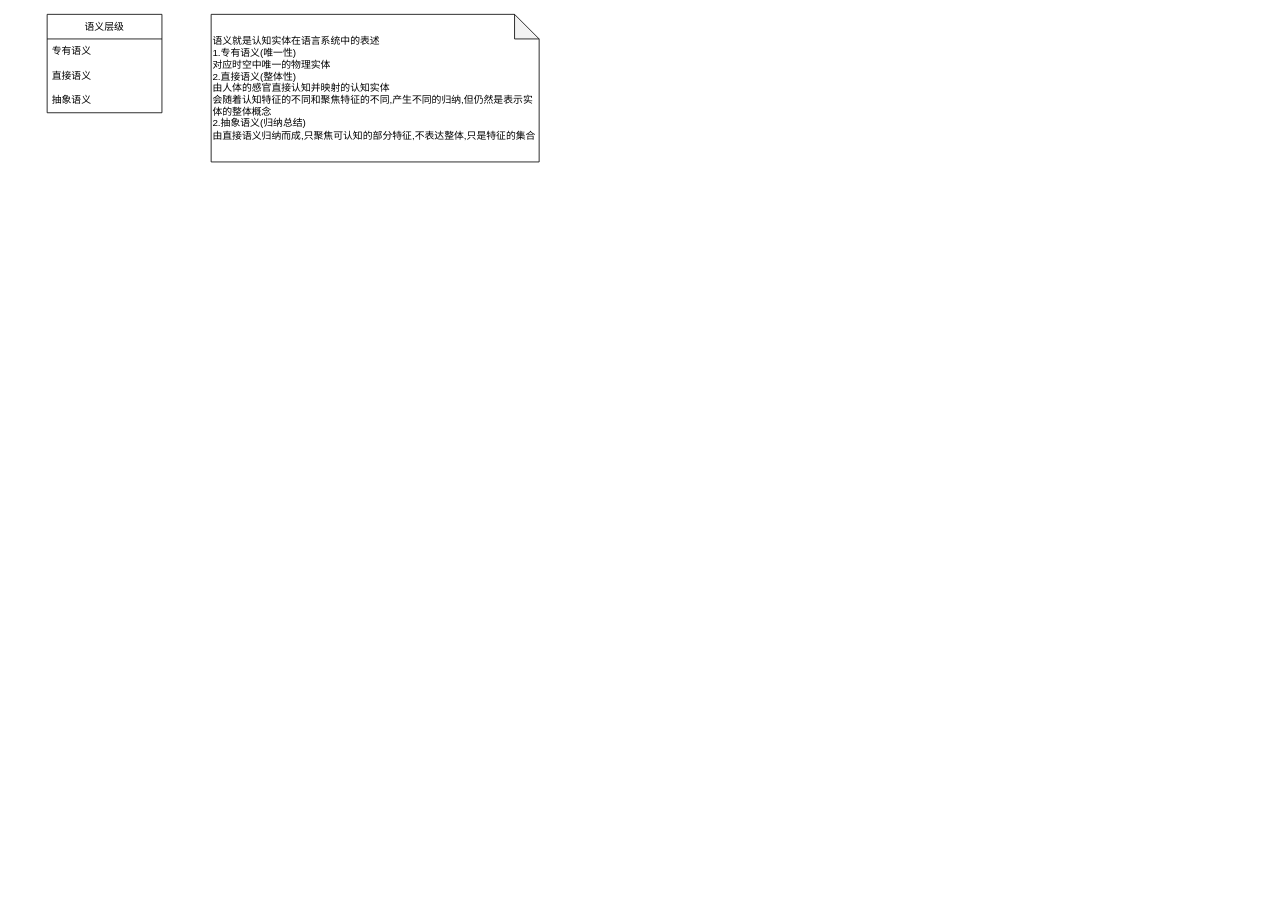
The draw.io diagram page "语义" (2 of 7) of base_model/实体和语言.drawio in cyxm/CodeGenerator, before the edit. Source tidied: cells renumbered, new cells numbered last; positions are measured from the earlier drawing's top-left corner, leaving out a move shared by most shapes. Both pictures are drawn from the tidied source at 82%, with x=0, y=0 at pixel (47, 14).
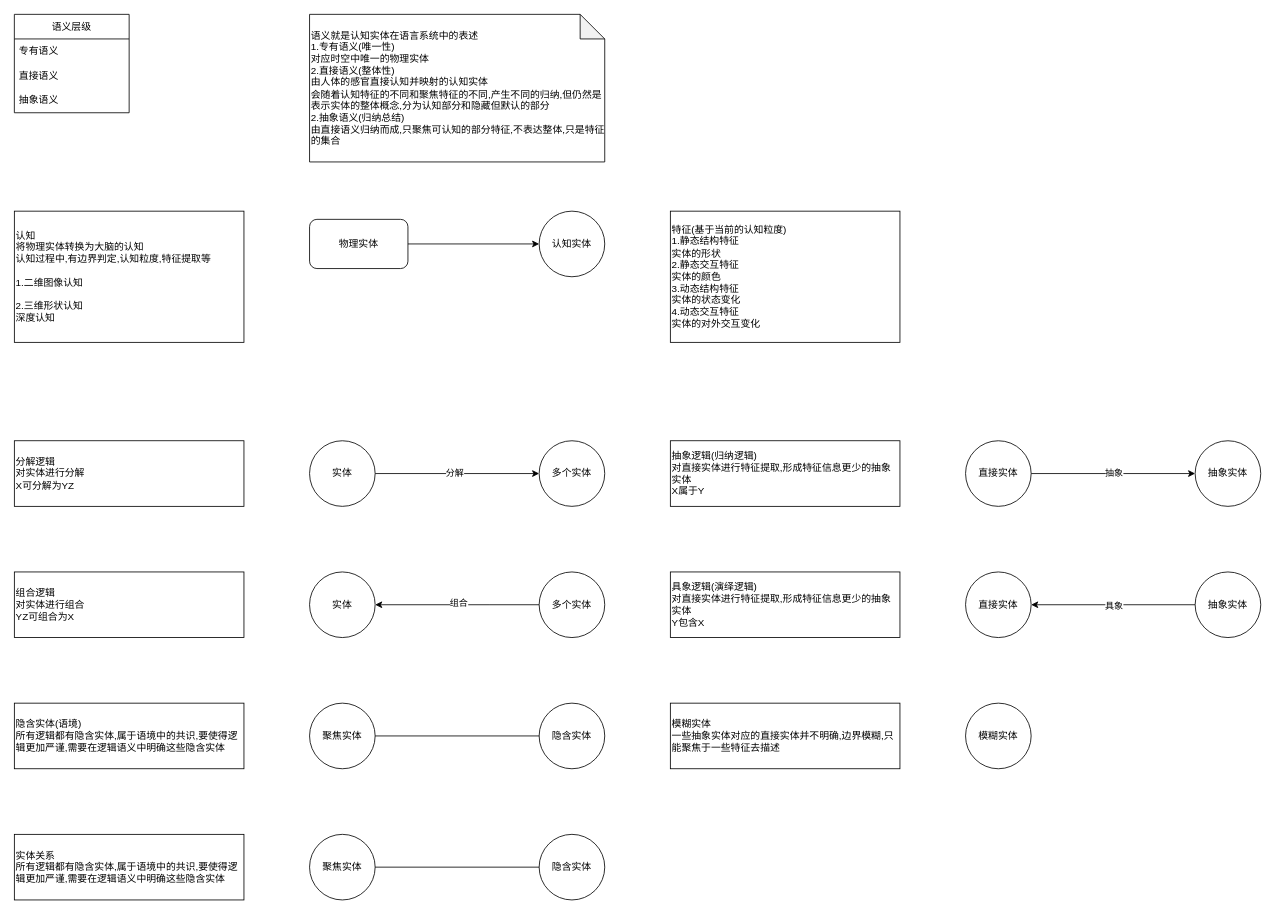
After the change.

What changed in the source:
```diff
@@
     <mxCell id="2" value="语义层级" style="swimlane;fontStyle=0;horizontal=1;startSize=30;whiteSpace=wrap;html=1;" parent="1" vertex="1">
-      <mxGeometry width="140" height="120" as="geometry" />
+      <mxGeometry x="-40" width="140" height="120" as="geometry" />
     </mxCell>
@@
-    <mxCell id="6" value="&lt;div&gt;语义就是认知实体在语言系统中的表述&lt;/div&gt;&lt;div&gt;1.专有语义(唯一性)&lt;/div&gt;&lt;div&gt;对应时空中唯一的物理实体&lt;/div&gt;&lt;div&gt;2.直接语义(整体性)&lt;/div&gt;&lt;div&gt;由人体的感官直接认知并映射的认知实体&lt;/div&gt;&lt;div&gt;会随着认知特征的不同和聚焦特征的不同,产生不同的归纳,但仍然是表示实体的整体概念&lt;/div&gt;&lt;div&gt;2.抽象语义(归纳总结)&lt;/div&gt;&lt;div&gt;由直接语义归纳而成,只聚焦可认知的部分特征,不表达整体,只是特征的集合&lt;/div&gt;" style="shape=note;whiteSpace=wrap;html=1;backgroundOutline=1;darkOpacity=0.05;align=left;" parent="1" vertex="1">
-      <mxGeometry x="200" width="400" height="180" as="geometry" />
+    <mxCell id="6" value="&lt;div&gt;语义就是认知实体在语言系统中的表述&lt;/div&gt;&lt;div&gt;1.专有语义(唯一性)&lt;/div&gt;&lt;div&gt;对应时空中唯一的物理实体&lt;/div&gt;&lt;div&gt;2.直接语义(整体性)&lt;/div&gt;&lt;div&gt;由人体的感官直接认知并映射的认知实体&lt;/div&gt;&lt;div&gt;会随着认知特征的不同和聚焦特征的不同,产生不同的归纳,但仍然是表示实体的整体概念,分为认知部分和隐藏但默认的部分&lt;/div&gt;&lt;div&gt;2.抽象语义(归纳总结)&lt;/div&gt;&lt;div&gt;由直接语义归纳而成,只聚焦可认知的部分特征,不表达整体,只是特征的集合&lt;/div&gt;" style="shape=note;whiteSpace=wrap;html=1;backgroundOutline=1;darkOpacity=0.05;align=left;" parent="1" vertex="1">
+      <mxGeometry x="320" width="360" height="180" as="geometry" />
     </mxCell>
+    <mxCell id="7" value="物理实体" style="rounded=1;whiteSpace=wrap;html=1;" parent="1" vertex="1">
+      <mxGeometry x="320" y="250" width="120" height="60" as="geometry" />
+    </mxCell>
+    <mxCell id="8" style="endArrow=classic;html=1;rounded=0;exitX=1;exitY=0.5;exitDx=0;exitDy=0;entryX=0;entryY=0.5;entryDx=0;entryDy=0;" parent="1" edge="1" source="7" target="9">
+      <mxGeometry relative="1" as="geometry" />
+    </mxCell>
+    <mxCell id="9" value="认知实体" style="ellipse;whiteSpace=wrap;html=1;" parent="1" vertex="1">
+      <mxGeometry x="600" y="240" width="80" height="80" as="geometry" />
+    </mxCell>
+    <mxCell id="10" value="&lt;div&gt;认知&lt;/div&gt;&lt;div&gt;将物理实体转换为大脑的认知&lt;/div&gt;&lt;div&gt;认知过程中,有边界判定,认知粒度,特征提取等&lt;/div&gt;&lt;div&gt;&lt;br&gt;&lt;/div&gt;&lt;div&gt;1.二维图像认知&lt;/div&gt;&lt;div&gt;&lt;br&gt;&lt;/div&gt;&lt;div&gt;2.三维形状认知&lt;/div&gt;&lt;div&gt;深度认知&lt;/div&gt;" style="rounded=0;whiteSpace=wrap;html=1;align=left;" parent="1" vertex="1">
+      <mxGeometry x="-40" y="240" width="280" height="160" as="geometry" />
+    </mxCell>
+    <mxCell id="11" value="&lt;div&gt;分解逻辑&lt;/div&gt;&lt;div&gt;对实体进行分解&lt;/div&gt;&lt;div&gt;X可分解为YZ&lt;/div&gt;" style="rounded=0;whiteSpace=wrap;html=1;align=left;" parent="1" vertex="1">
+      <mxGeometry x="-40" y="520" width="280" height="80" as="geometry" />
+    </mxCell>
+    <mxCell id="12" style="edgeStyle=orthogonalEdgeStyle;rounded=0;jettySize=auto;html=1;entryX=0;entryY=0.5;entryDx=0;entryDy=0;" parent="1" edge="1" source="14" target="15">
+      <mxGeometry relative="1" as="geometry" />
+    </mxCell>
+    <mxCell id="13" value="分解" style="edgeLabel;html=1;align=center;verticalAlign=middle;" parent="12" vertex="1">
+      <mxGeometry x="-0.04" y="1" relative="1" as="geometry" />
+    </mxCell>
+    <mxCell id="14" value="实体" style="ellipse;whiteSpace=wrap;html=1;" parent="1" vertex="1">
+      <mxGeometry x="320" y="520" width="80" height="80" as="geometry" />
+    </mxCell>
+    <mxCell id="15" value="多个实体" style="ellipse;whiteSpace=wrap;html=1;" parent="1" vertex="1">
+      <mxGeometry x="600" y="520" width="80" height="80" as="geometry" />
+    </mxCell>
+    <mxCell id="16" value="&lt;div&gt;组合逻辑&lt;/div&gt;&lt;div&gt;对实体进行组合&lt;/div&gt;&lt;div&gt;YZ可组合为X&lt;/div&gt;" style="rounded=0;whiteSpace=wrap;html=1;align=left;" parent="1" vertex="1">
+      <mxGeometry x="-40" y="680" width="280" height="80" as="geometry" />
+    </mxCell>
+    <mxCell id="17" style="edgeStyle=orthogonalEdgeStyle;rounded=0;jettySize=auto;html=1;entryX=1;entryY=0.5;entryDx=0;entryDy=0;exitX=0;exitY=0.5;exitDx=0;exitDy=0;" parent="1" edge="1" source="20" target="19">
+      <mxGeometry relative="1" as="geometry">
+        <Array as="points">
+          <mxPoint x="540" y="720" />
+          <mxPoint x="540" y="720" />
+        </Array>
+      </mxGeometry>
+    </mxCell>
+    <mxCell id="18" value="组合" style="edgeLabel;html=1;align=center;verticalAlign=middle;" parent="17" vertex="1">
+      <mxGeometry x="-0.01" y="-3" relative="1" as="geometry" />
+    </mxCell>
+    <mxCell id="19" value="实体" style="ellipse;whiteSpace=wrap;html=1;" parent="1" vertex="1">
+      <mxGeometry x="320" y="680" width="80" height="80" as="geometry" />
+    </mxCell>
+    <mxCell id="20" value="多个实体" style="ellipse;whiteSpace=wrap;html=1;" parent="1" vertex="1">
+      <mxGeometry x="600" y="680" width="80" height="80" as="geometry" />
+    </mxCell>
+    <mxCell id="21" value="&lt;div&gt;隐含实体(语境)&lt;/div&gt;&lt;div&gt;所有逻辑都有隐含实体,属于语境中的共识,要使得逻辑更加严谨,需要在逻辑语义中明确这些隐含实体&lt;/div&gt;" style="rounded=0;whiteSpace=wrap;html=1;align=left;" parent="1" vertex="1">
+      <mxGeometry x="-40" y="840" width="280" height="80" as="geometry" />
+    </mxCell>
+    <mxCell id="22" value="聚焦实体" style="ellipse;whiteSpace=wrap;html=1;" parent="1" vertex="1">
+      <mxGeometry x="320" y="840" width="80" height="80" as="geometry" />
+    </mxCell>
+    <mxCell id="23" value="隐含实体" style="ellipse;whiteSpace=wrap;html=1;" parent="1" vertex="1">
+      <mxGeometry x="600" y="840" width="80" height="80" as="geometry" />
+    </mxCell>
+    <mxCell id="24" style="endArrow=none;html=1;rounded=0;exitX=1;exitY=0.5;exitDx=0;exitDy=0;entryX=0;entryY=0.5;entryDx=0;entryDy=0;" parent="1" edge="1" source="22" target="23">
+      <mxGeometry relative="1" as="geometry" />
+    </mxCell>
+    <mxCell id="25" value="&lt;div&gt;抽象逻辑(归纳逻辑)&lt;/div&gt;&lt;div&gt;对直接实体进行特征提取,形成特征信息更少的抽象实体&lt;/div&gt;&lt;div&gt;X属于Y&lt;/div&gt;" style="rounded=0;whiteSpace=wrap;html=1;align=left;" parent="1" vertex="1">
+      <mxGeometry x="760" y="520" width="280" height="80" as="geometry" />
+    </mxCell>
+    <mxCell id="26" style="edgeStyle=orthogonalEdgeStyle;rounded=0;jettySize=auto;html=1;exitX=1;exitY=0.5;exitDx=0;exitDy=0;entryX=0;entryY=0.5;entryDx=0;entryDy=0;" parent="1" edge="1" source="28" target="29">
+      <mxGeometry relative="1" as="geometry" />
+    </mxCell>
+    <mxCell id="27" value="抽象" style="edgeLabel;html=1;align=center;verticalAlign=middle;" parent="26" vertex="1">
+      <mxGeometry y="1" relative="1" as="geometry" />
+    </mxCell>
+    <mxCell id="28" value="直接实体" style="ellipse;whiteSpace=wrap;html=1;" parent="1" vertex="1">
+      <mxGeometry x="1120" y="520" width="80" height="80" as="geometry" />
+    </mxCell>
+    <mxCell id="29" value="抽象实体" style="ellipse;whiteSpace=wrap;html=1;" parent="1" vertex="1">
+      <mxGeometry x="1400" y="520" width="80" height="80" as="geometry" />
+    </mxCell>
+    <mxCell id="30" value="&lt;div&gt;具象逻辑(演绎逻辑)&lt;/div&gt;&lt;div&gt;对直接实体进行特征提取,形成特征信息更少的抽象实体&lt;/div&gt;&lt;div&gt;Y包含X&lt;/div&gt;" style="rounded=0;whiteSpace=wrap;html=1;align=left;" parent="1" vertex="1">
+      <mxGeometry x="760" y="680" width="280" height="80" as="geometry" />
+    </mxCell>
+    <mxCell id="31" style="edgeStyle=orthogonalEdgeStyle;rounded=0;jettySize=auto;html=1;entryX=1;entryY=0.5;entryDx=0;entryDy=0;exitX=0;exitY=0.5;exitDx=0;exitDy=0;" parent="1" edge="1" source="34" target="33">
+      <mxGeometry relative="1" as="geometry" />
+    </mxCell>
+    <mxCell id="32" value="具象" style="edgeLabel;html=1;align=center;verticalAlign=middle;" parent="31" vertex="1">
+      <mxGeometry y="1" relative="1" as="geometry" />
+    </mxCell>
+    <mxCell id="33" value="直接实体" style="ellipse;whiteSpace=wrap;html=1;" parent="1" vertex="1">
+      <mxGeometry x="1120" y="680" width="80" height="80" as="geometry" />
+    </mxCell>
+    <mxCell id="34" value="抽象实体" style="ellipse;whiteSpace=wrap;html=1;" parent="1" vertex="1">
+      <mxGeometry x="1400" y="680" width="80" height="80" as="geometry" />
+    </mxCell>
+    <mxCell id="35" value="&lt;div&gt;模糊实体&lt;/div&gt;&lt;div&gt;一些抽象实体对应的直接实体并不明确,边界模糊,只能聚焦于一些特征去描述&lt;/div&gt;" style="rounded=0;whiteSpace=wrap;html=1;align=left;" parent="1" vertex="1">
+      <mxGeometry x="760" y="840" width="280" height="80" as="geometry" />
+    </mxCell>
+    <mxCell id="36" value="模糊实体" style="ellipse;whiteSpace=wrap;html=1;" parent="1" vertex="1">
+      <mxGeometry x="1120" y="840" width="80" height="80" as="geometry" />
+    </mxCell>
+    <mxCell id="37" value="实体关系&lt;div&gt;所有逻辑都有隐含实体,属于语境中的共识,要使得逻辑更加严谨,需要在逻辑语义中明确这些隐含实体&lt;/div&gt;" style="rounded=0;whiteSpace=wrap;html=1;align=left;" parent="1" vertex="1">
+      <mxGeometry x="-40" y="1000" width="280" height="80" as="geometry" />
+    </mxCell>
+    <mxCell id="38" value="聚焦实体" style="ellipse;whiteSpace=wrap;html=1;" parent="1" vertex="1">
+      <mxGeometry x="320" y="1000" width="80" height="80" as="geometry" />
+    </mxCell>
+    <mxCell id="39" value="隐含实体" style="ellipse;whiteSpace=wrap;html=1;" parent="1" vertex="1">
+      <mxGeometry x="600" y="1000" width="80" height="80" as="geometry" />
+    </mxCell>
+    <mxCell id="40" style="endArrow=none;html=1;rounded=0;exitX=1;exitY=0.5;exitDx=0;exitDy=0;entryX=0;entryY=0.5;entryDx=0;entryDy=0;" parent="1" edge="1" source="38" target="39">
+      <mxGeometry relative="1" as="geometry" />
+    </mxCell>
+    <mxCell id="41" value="&lt;div&gt;特征(基于当前的认知粒度)&lt;/div&gt;&lt;div&gt;1.静态结构特征&lt;/div&gt;&lt;div&gt;实体的形状&lt;/div&gt;&lt;div&gt;2.静态交互特征&lt;/div&gt;&lt;div&gt;实体的颜色&lt;/div&gt;&lt;div&gt;3.动态结构特征&lt;/div&gt;&lt;div&gt;实体的状态变化&lt;/div&gt;&lt;div&gt;4.动态交互特征&lt;/div&gt;&lt;div&gt;实体的对外交互变化&lt;/div&gt;" style="rounded=0;whiteSpace=wrap;html=1;align=left;" parent="1" vertex="1">
+      <mxGeometry x="760" y="240" width="280" height="160" as="geometry" />
+    </mxCell>
```
